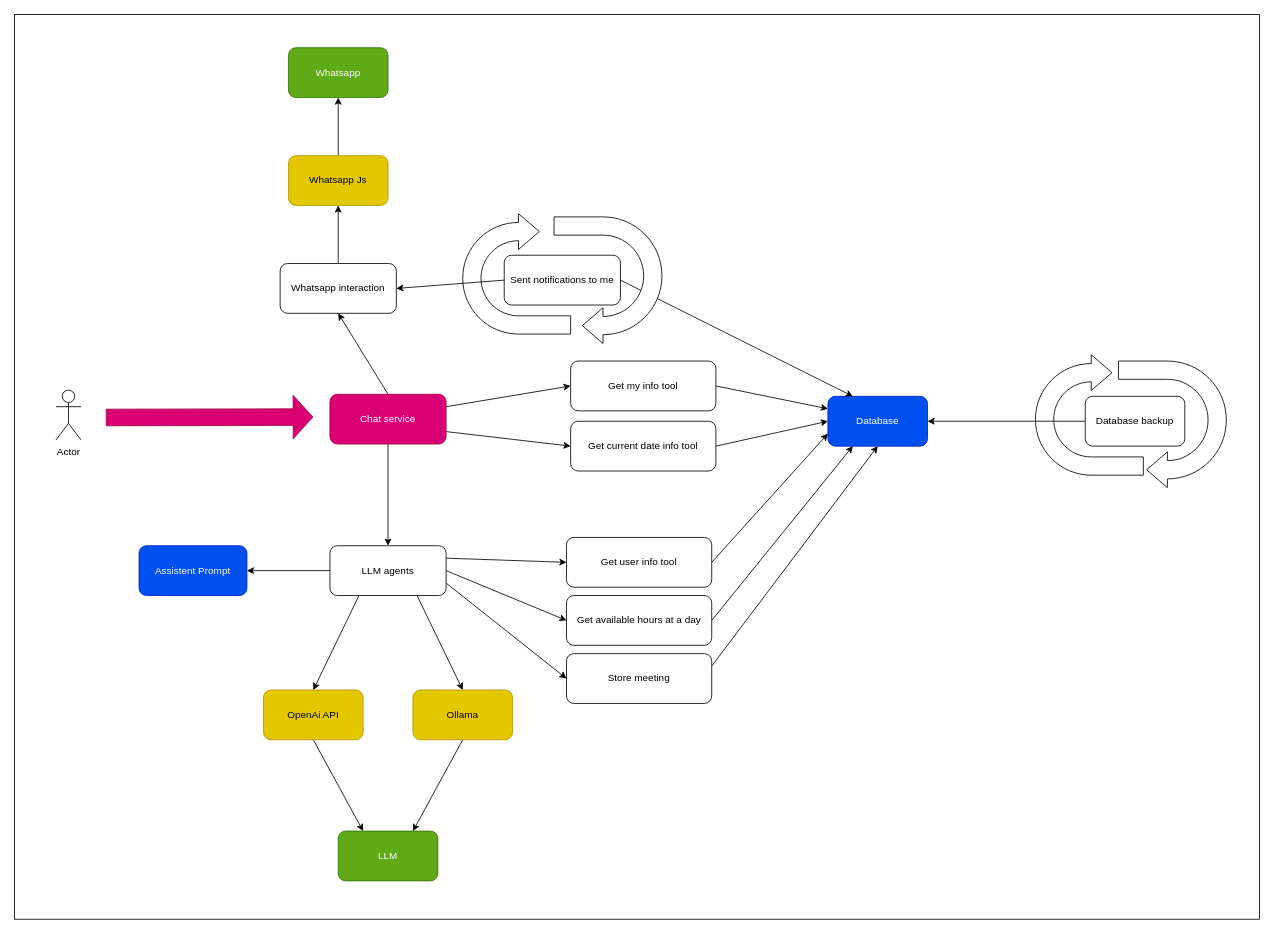
This is diagrams/app.drawio from DouglasVolcato/whatsapp-automation-appointment-agent, a draw.io file, before an edit. Source tidied: cells renumbered, new cells numbered last; positions are measured from the earlier drawing's top-left corner, leaving out a move shared by most shapes. Both pictures are drawn from the tidied source at 83%, with x=0, y=0 at pixel (14, 14).
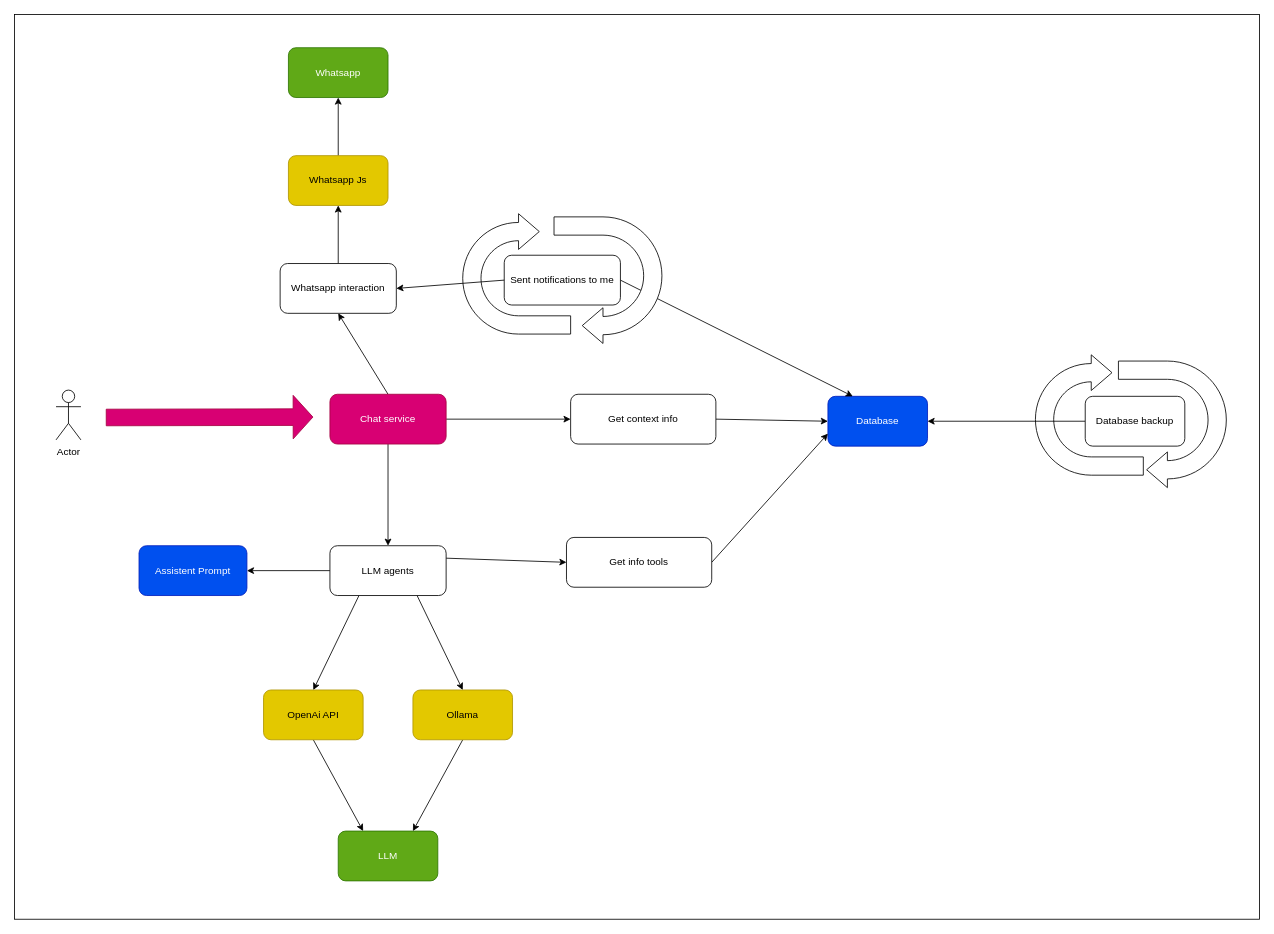
The same page after the edit.

Commit message (it also covers changes not shown here):
docs: implement app diagram

Unchanged cells that the change refers to:
```xml
<mxCell id="5" value="Database" style="rounded=1;whiteSpace=wrap;html=1;fillColor=#0050ef;fontColor=#ffffff;strokeColor=#001DBC;" parent="1" vertex="1">
  <mxGeometry x="980" y="460" width="120" height="60" as="geometry" />
</mxCell>
<mxCell id="23" value="Chat service" style="rounded=1;whiteSpace=wrap;html=1;fillColor=#d80073;fontColor=#ffffff;strokeColor=#A50040;" parent="1" vertex="1">
  <mxGeometry x="380" y="457.5" width="140" height="60" as="geometry" />
</mxCell>
<mxCell id="29" value="LLM agents" style="rounded=1;whiteSpace=wrap;html=1;" parent="1" vertex="1">
  <mxGeometry x="380" y="640" width="140" height="60" as="geometry" />
</mxCell>
```

Change to the diagram source:
```diff
@@
-    <mxCell id="21" style="edgeStyle=none;html=1;entryX=0;entryY=0.5;entryDx=0;entryDy=0;exitX=1;exitY=0.25;exitDx=0;exitDy=0;" parent="1" edge="1" source="23" target="45">
+    <mxCell id="21" style="edgeStyle=none;html=1;entryX=0;entryY=0.5;entryDx=0;entryDy=0;exitX=1;exitY=0.5;exitDx=0;exitDy=0;" parent="1" edge="1" source="23" target="45">
       <mxGeometry relative="1" as="geometry" />
     </mxCell>
-    <mxCell id="22" style="edgeStyle=none;html=1;exitX=1;exitY=0.75;exitDx=0;exitDy=0;entryX=0;entryY=0.5;entryDx=0;entryDy=0;" parent="1" edge="1" source="23" target="47">
-      <mxGeometry relative="1" as="geometry" />
-    </mxCell>
@@
-    <mxCell id="26" style="edgeStyle=none;html=1;exitX=1;exitY=0.5;exitDx=0;exitDy=0;entryX=0;entryY=0.5;entryDx=0;entryDy=0;" parent="1" edge="1" source="29" target="34">
-      <mxGeometry relative="1" as="geometry" />
-    </mxCell>
@@
-    <mxCell id="28" style="edgeStyle=none;html=1;exitX=1;exitY=0.75;exitDx=0;exitDy=0;entryX=0;entryY=0.5;entryDx=0;entryDy=0;" parent="1" edge="1" source="29" target="36">
-      <mxGeometry relative="1" as="geometry" />
-    </mxCell>
@@
-    <mxCell id="32" value="Get user info tool" style="rounded=1;whiteSpace=wrap;html=1;" parent="1" vertex="1">
+    <mxCell id="32" value="Get info tools" style="rounded=1;whiteSpace=wrap;html=1;" parent="1" vertex="1">
       <mxGeometry x="665" y="630" width="175" height="60" as="geometry" />
     </mxCell>
-    <mxCell id="33" style="edgeStyle=none;html=1;exitX=1;exitY=0.5;exitDx=0;exitDy=0;entryX=0.25;entryY=1;entryDx=0;entryDy=0;" parent="1" edge="1" source="34" target="5">
-      <mxGeometry relative="1" as="geometry" />
-    </mxCell>
-    <mxCell id="34" value="Get available hours at a day" style="rounded=1;whiteSpace=wrap;html=1;" parent="1" vertex="1">
-      <mxGeometry x="665" y="700" width="175" height="60" as="geometry" />
-    </mxCell>
-    <mxCell id="35" style="edgeStyle=none;html=1;exitX=1;exitY=0.25;exitDx=0;exitDy=0;entryX=0.5;entryY=1;entryDx=0;entryDy=0;" parent="1" edge="1" source="36" target="5">
-      <mxGeometry relative="1" as="geometry" />
-    </mxCell>
-    <mxCell id="36" value="&lt;span style=&quot;color: rgb(0, 0, 0);&quot;&gt;Store meeting&lt;/span&gt;" style="rounded=1;whiteSpace=wrap;html=1;" parent="1" vertex="1">
-      <mxGeometry x="665" y="770" width="175" height="60" as="geometry" />
-    </mxCell>
@@
-    <mxCell id="44" style="edgeStyle=none;html=1;exitX=1;exitY=0.5;exitDx=0;exitDy=0;entryX=0;entryY=0.25;entryDx=0;entryDy=0;" parent="1" edge="1" source="45" target="5">
-      <mxGeometry relative="1" as="geometry" />
-    </mxCell>
+    <mxCell id="46" style="edgeStyle=none;html=1;exitX=1;exitY=0.5;exitDx=0;exitDy=0;entryX=0;entryY=0.5;entryDx=0;entryDy=0;" parent="1" edge="1" source="45" target="5">
+      <mxGeometry relative="1" as="geometry" />
+    </mxCell>
-    <mxCell id="45" value="Get my info tool" style="rounded=1;whiteSpace=wrap;html=1;" parent="1" vertex="1">
-      <mxGeometry x="670" y="417.5" width="175" height="60" as="geometry" />
+    <mxCell id="45" value="Get context info" style="rounded=1;whiteSpace=wrap;html=1;" parent="1" vertex="1">
+      <mxGeometry x="670" y="457.5" width="175" height="60" as="geometry" />
     </mxCell>
-    <mxCell id="46" style="edgeStyle=none;html=1;exitX=1;exitY=0.5;exitDx=0;exitDy=0;entryX=0;entryY=0.5;entryDx=0;entryDy=0;" parent="1" edge="1" source="47" target="5">
-      <mxGeometry relative="1" as="geometry" />
-    </mxCell>
-    <mxCell id="47" value="Get current date info tool" style="rounded=1;whiteSpace=wrap;html=1;" parent="1" vertex="1">
-      <mxGeometry x="670" y="490" width="175" height="60" as="geometry" />
-    </mxCell>
```
